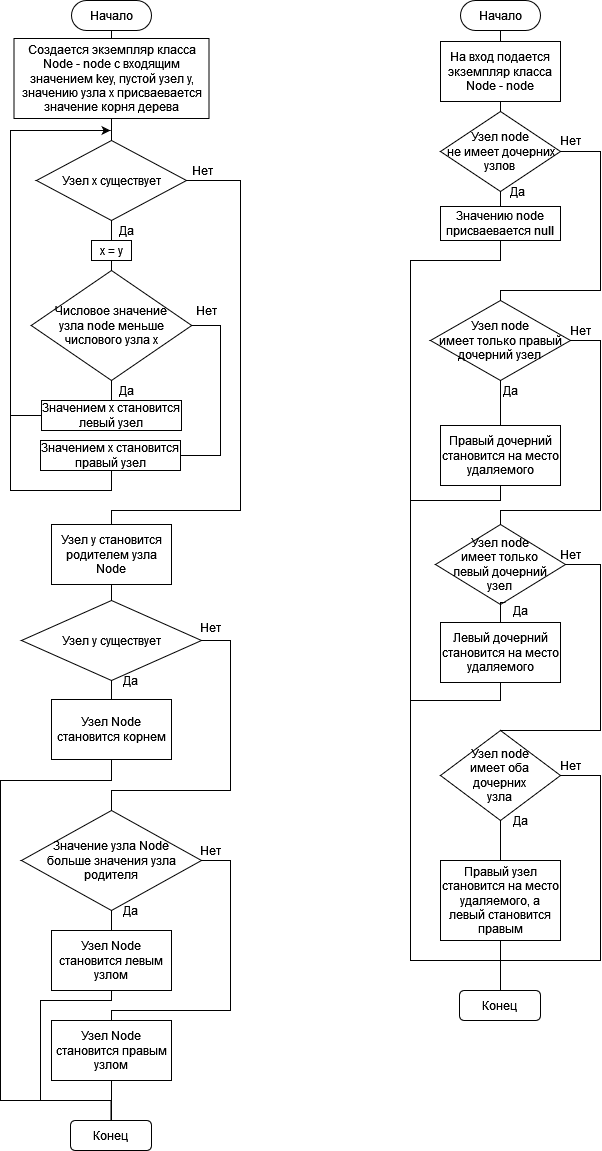
Earlier version of the draw.io export Untitled Diagram.drawio(2).png (sin-2-x/Lab1). Source tidied: cells renumbered, new cells last; positions are measured from the earlier drawing's top-left corner, leaving out a move shared by most shapes. Its diagram source:
```xml
<mxGraphModel>
  <root>
    <mxCell id="0" />
    <mxCell id="1" parent="0" />
    <mxCell id="2" value="Начало" style="rounded=1;whiteSpace=wrap;html=1;arcSize=50;" parent="1" vertex="1">
      <mxGeometry x="71" width="80" height="30" as="geometry" />
    </mxCell>
    <mxCell id="3" value="Конец" style="rounded=1;whiteSpace=wrap;html=1;" parent="1" vertex="1">
      <mxGeometry x="70" y="1120" width="81" height="30" as="geometry" />
    </mxCell>
    <mxCell id="4" value="Создается экземпляр класса Node - node с входящим значением key, пустой узел y, значению узла x присваевается значение корня дерева" style="rounded=0;whiteSpace=wrap;html=1;" parent="1" vertex="1">
      <mxGeometry x="13.5" y="38" width="195" height="80" as="geometry" />
    </mxCell>
    <mxCell id="5" value="Узел х существует" style="rhombus;whiteSpace=wrap;html=1;" parent="1" vertex="1">
      <mxGeometry x="36" y="140" width="150" height="80" as="geometry" />
    </mxCell>
    <mxCell id="6" value="х = у" style="rounded=0;whiteSpace=wrap;html=1;" parent="1" vertex="1">
      <mxGeometry x="91" y="240" width="40" height="20" as="geometry" />
    </mxCell>
    <mxCell id="7" value="&lt;div&gt;Числовое значение &lt;br&gt;&lt;/div&gt;&lt;div&gt;узла node меньше &lt;br&gt;&lt;/div&gt;&lt;div&gt;числового узла х&lt;/div&gt;" style="rhombus;whiteSpace=wrap;html=1;" parent="1" vertex="1">
      <mxGeometry x="30.8" y="270" width="160.5" height="110" as="geometry" />
    </mxCell>
    <mxCell id="8" value="Значением х становится левый узел" style="rounded=0;whiteSpace=wrap;html=1;" parent="1" vertex="1">
      <mxGeometry x="41" y="400" width="140" height="30" as="geometry" />
    </mxCell>
    <mxCell id="9" style="edgeStyle=orthogonalEdgeStyle;rounded=0;jettySize=auto;html=1;" parent="1" edge="1" source="10">
      <mxGeometry relative="1" as="geometry">
        <mxPoint x="110" y="130" as="targetPoint" />
        <Array as="points">
          <mxPoint x="111" y="490" />
          <mxPoint x="10" y="490" />
          <mxPoint x="10" y="130" />
        </Array>
      </mxGeometry>
    </mxCell>
    <mxCell id="10" value="Значением х становится правый узел" style="rounded=0;whiteSpace=wrap;html=1;" parent="1" vertex="1">
      <mxGeometry x="40" y="440" width="140" height="30" as="geometry" />
    </mxCell>
    <mxCell id="11" style="endArrow=none;html=1;rounded=0;entryX=0.5;entryY=1;entryDx=0;entryDy=0;exitX=0.5;exitY=0;exitDx=0;exitDy=0;" parent="1" edge="1" source="4" target="2">
      <mxGeometry relative="1" as="geometry" />
    </mxCell>
    <mxCell id="12" style="endArrow=none;html=1;rounded=0;entryX=1;entryY=0.5;entryDx=0;entryDy=0;exitX=0.5;exitY=0;exitDx=0;exitDy=0;" parent="1" edge="1" source="23" target="5">
      <mxGeometry relative="1" as="geometry">
        <Array as="points">
          <mxPoint x="111" y="510" />
          <mxPoint x="240" y="510" />
          <mxPoint x="240" y="180" />
        </Array>
      </mxGeometry>
    </mxCell>
    <mxCell id="13" style="endArrow=none;html=1;rounded=0;exitX=0;exitY=0.5;exitDx=0;exitDy=0;" parent="1" edge="1" source="8">
      <mxGeometry relative="1" as="geometry">
        <mxPoint x="10" y="395" as="targetPoint" />
        <Array as="points">
          <mxPoint x="10" y="415" />
          <mxPoint x="10" y="390" />
        </Array>
      </mxGeometry>
    </mxCell>
    <mxCell id="14" style="endArrow=none;html=1;rounded=0;entryX=1;entryY=0.5;entryDx=0;entryDy=0;exitX=1;exitY=0.5;exitDx=0;exitDy=0;" parent="1" edge="1" source="10" target="7">
      <mxGeometry relative="1" as="geometry">
        <Array as="points">
          <mxPoint x="220" y="455" />
          <mxPoint x="220" y="325" />
        </Array>
      </mxGeometry>
    </mxCell>
    <mxCell id="15" style="endArrow=none;html=1;rounded=0;exitX=0.5;exitY=1;exitDx=0;exitDy=0;entryX=0.5;entryY=0;entryDx=0;entryDy=0;" parent="1" edge="1" source="7" target="8">
      <mxGeometry relative="1" as="geometry" />
    </mxCell>
    <mxCell id="16" style="endArrow=none;html=1;rounded=0;exitX=0.5;exitY=1;exitDx=0;exitDy=0;entryX=0.5;entryY=0;entryDx=0;entryDy=0;" parent="1" edge="1" source="6" target="7">
      <mxGeometry relative="1" as="geometry" />
    </mxCell>
    <mxCell id="17" style="endArrow=none;html=1;rounded=0;exitX=0.5;exitY=1;exitDx=0;exitDy=0;entryX=0.5;entryY=0;entryDx=0;entryDy=0;" parent="1" edge="1" source="5" target="6">
      <mxGeometry relative="1" as="geometry" />
    </mxCell>
    <mxCell id="18" style="endArrow=none;html=1;rounded=0;entryX=0.5;entryY=1;entryDx=0;entryDy=0;exitX=0.5;exitY=0;exitDx=0;exitDy=0;" parent="1" edge="1" source="5" target="4">
      <mxGeometry relative="1" as="geometry" />
    </mxCell>
    <mxCell id="19" value="Да" style="text;html=1;align=center;verticalAlign=middle;strokeColor=none;fillColor=none;" parent="1" vertex="1">
      <mxGeometry x="111" y="220" width="30" height="20" as="geometry" />
    </mxCell>
    <mxCell id="20" value="Нет" style="text;html=1;align=center;verticalAlign=middle;strokeColor=none;fillColor=none;" parent="1" vertex="1">
      <mxGeometry x="182" y="160" width="40" height="20" as="geometry" />
    </mxCell>
    <mxCell id="21" value="Да" style="text;html=1;align=center;verticalAlign=middle;strokeColor=none;fillColor=none;" parent="1" vertex="1">
      <mxGeometry x="111" y="380" width="30" height="20" as="geometry" />
    </mxCell>
    <mxCell id="22" value="Нет" style="text;html=1;align=center;verticalAlign=middle;strokeColor=none;fillColor=none;" parent="1" vertex="1">
      <mxGeometry x="186" y="300" width="40" height="20" as="geometry" />
    </mxCell>
    <mxCell id="23" value="Узел у становится родителем узла Node" style="rounded=0;whiteSpace=wrap;html=1;" parent="1" vertex="1">
      <mxGeometry x="51" y="524" width="120" height="60" as="geometry" />
    </mxCell>
    <mxCell id="24" style="edgeStyle=orthogonalEdgeStyle;rounded=0;jettySize=auto;html=1;endArrow=none;endFill=0;entryX=0.5;entryY=0;entryDx=0;entryDy=0;" parent="1" edge="1" source="25" target="29">
      <mxGeometry relative="1" as="geometry">
        <Array as="points">
          <mxPoint x="230" y="640" />
          <mxPoint x="230" y="790" />
          <mxPoint x="111" y="790" />
        </Array>
      </mxGeometry>
    </mxCell>
    <mxCell id="25" value="Узел у существует" style="rhombus;whiteSpace=wrap;html=1;" parent="1" vertex="1">
      <mxGeometry x="21" y="600" width="180" height="80" as="geometry" />
    </mxCell>
    <mxCell id="26" style="edgeStyle=orthogonalEdgeStyle;rounded=0;jettySize=auto;html=1;endArrow=none;endFill=0;entryX=0.5;entryY=0;entryDx=0;entryDy=0;" parent="1" edge="1" source="27" target="3">
      <mxGeometry relative="1" as="geometry">
        <Array as="points">
          <mxPoint x="111" y="780" />
          <mxPoint y="780" />
          <mxPoint y="1100" />
          <mxPoint x="111" y="1100" />
        </Array>
      </mxGeometry>
    </mxCell>
    <mxCell id="27" value="Узел Node становится корнем" style="rounded=0;whiteSpace=wrap;html=1;" parent="1" vertex="1">
      <mxGeometry x="51" y="699" width="120" height="60" as="geometry" />
    </mxCell>
    <mxCell id="28" style="edgeStyle=orthogonalEdgeStyle;rounded=0;jettySize=auto;html=1;entryX=0.5;entryY=0;entryDx=0;entryDy=0;endArrow=none;endFill=0;" parent="1" edge="1" source="29" target="33">
      <mxGeometry relative="1" as="geometry">
        <Array as="points">
          <mxPoint x="230" y="860" />
          <mxPoint x="230" y="1010" />
          <mxPoint x="111" y="1010" />
        </Array>
      </mxGeometry>
    </mxCell>
    <mxCell id="29" value="&lt;div&gt;Значение узла Node &lt;br&gt;&lt;/div&gt;&lt;div&gt;больше значения узла родителя&lt;/div&gt;" style="rhombus;whiteSpace=wrap;html=1;" parent="1" vertex="1">
      <mxGeometry x="21" y="810" width="180" height="100" as="geometry" />
    </mxCell>
    <mxCell id="30" style="edgeStyle=orthogonalEdgeStyle;rounded=0;jettySize=auto;html=1;endArrow=none;endFill=0;" parent="1" edge="1" source="31">
      <mxGeometry relative="1" as="geometry">
        <mxPoint x="20" y="1100" as="targetPoint" />
        <Array as="points">
          <mxPoint x="111" y="1000" />
          <mxPoint x="40" y="1000" />
          <mxPoint x="40" y="1100" />
        </Array>
      </mxGeometry>
    </mxCell>
    <mxCell id="31" value="Узел Node становится левым узлом" style="rounded=0;whiteSpace=wrap;html=1;" parent="1" vertex="1">
      <mxGeometry x="51" y="930" width="120" height="60" as="geometry" />
    </mxCell>
    <mxCell id="32" style="edgeStyle=orthogonalEdgeStyle;rounded=0;jettySize=auto;html=1;endArrow=none;endFill=0;" parent="1" edge="1" source="33">
      <mxGeometry relative="1" as="geometry">
        <mxPoint x="111" y="1120" as="targetPoint" />
      </mxGeometry>
    </mxCell>
    <mxCell id="33" value="Узел Node становится правым узлом" style="rounded=0;whiteSpace=wrap;html=1;" parent="1" vertex="1">
      <mxGeometry x="51" y="1020" width="120" height="60" as="geometry" />
    </mxCell>
    <mxCell id="34" style="endArrow=none;html=1;rounded=0;exitX=0.5;exitY=1;exitDx=0;exitDy=0;entryX=0.5;entryY=0;entryDx=0;entryDy=0;" parent="1" edge="1" source="29" target="31">
      <mxGeometry relative="1" as="geometry" />
    </mxCell>
    <mxCell id="35" style="endArrow=none;html=1;rounded=0;exitX=0.5;exitY=0;exitDx=0;exitDy=0;entryX=0.5;entryY=1;entryDx=0;entryDy=0;" parent="1" edge="1" source="25" target="23">
      <mxGeometry relative="1" as="geometry" />
    </mxCell>
    <mxCell id="36" style="endArrow=none;html=1;rounded=0;exitX=0.5;exitY=1;exitDx=0;exitDy=0;entryX=0.5;entryY=0;entryDx=0;entryDy=0;" parent="1" edge="1" source="25" target="27">
      <mxGeometry relative="1" as="geometry" />
    </mxCell>
    <mxCell id="37" value="Да" style="text;html=1;align=center;verticalAlign=middle;strokeColor=none;fillColor=none;" parent="1" vertex="1">
      <mxGeometry x="115" y="670" width="30" height="20" as="geometry" />
    </mxCell>
    <mxCell id="38" value="Нет" style="text;html=1;align=center;verticalAlign=middle;strokeColor=none;fillColor=none;" parent="1" vertex="1">
      <mxGeometry x="190" y="617" width="40" height="20" as="geometry" />
    </mxCell>
    <mxCell id="39" value="Нет" style="text;html=1;align=center;verticalAlign=middle;strokeColor=none;fillColor=none;" parent="1" vertex="1">
      <mxGeometry x="190" y="840" width="40" height="20" as="geometry" />
    </mxCell>
    <mxCell id="40" value="Да" style="text;html=1;align=center;verticalAlign=middle;strokeColor=none;fillColor=none;" parent="1" vertex="1">
      <mxGeometry x="115" y="900" width="30" height="20" as="geometry" />
    </mxCell>
    <mxCell id="41" value="Начало" style="rounded=1;whiteSpace=wrap;html=1;arcSize=50;" parent="1" vertex="1">
      <mxGeometry x="460" width="80" height="30" as="geometry" />
    </mxCell>
    <mxCell id="42" value="На вход подается экземпляр класса Node - node" style="rounded=0;whiteSpace=wrap;html=1;" parent="1" vertex="1">
      <mxGeometry x="440" y="41" width="120" height="60" as="geometry" />
    </mxCell>
    <mxCell id="43" value="&lt;div&gt;Узел node&lt;/div&gt;&lt;div&gt;&amp;nbsp;не имеет дочерних &lt;br&gt;&lt;/div&gt;&lt;div&gt;узлов&lt;/div&gt;" style="rhombus;whiteSpace=wrap;html=1;" parent="1" vertex="1">
      <mxGeometry x="440" y="111" width="120" height="80" as="geometry" />
    </mxCell>
    <mxCell id="44" value="Значению node присваевается null" style="rounded=0;whiteSpace=wrap;html=1;" parent="1" vertex="1">
      <mxGeometry x="440" y="206" width="120" height="34" as="geometry" />
    </mxCell>
    <mxCell id="45" value="&lt;div&gt;Узел node &lt;br&gt;&lt;/div&gt;&lt;div&gt;имеет только правый дочерний узел&lt;br&gt;&lt;/div&gt;" style="rhombus;whiteSpace=wrap;html=1;" parent="1" vertex="1">
      <mxGeometry x="430" y="300" width="140" height="80" as="geometry" />
    </mxCell>
    <mxCell id="46" style="edgeStyle=orthogonalEdgeStyle;rounded=0;jettySize=auto;html=1;endArrow=none;endFill=0;" parent="1" edge="1" source="47" target="45">
      <mxGeometry relative="1" as="geometry" />
    </mxCell>
    <mxCell id="47" value="Правый дочерний становится на место удаляемого" style="rounded=0;whiteSpace=wrap;html=1;" parent="1" vertex="1">
      <mxGeometry x="440" y="425" width="120" height="60" as="geometry" />
    </mxCell>
    <mxCell id="48" value="&lt;div&gt;Узел node &lt;br&gt;&lt;/div&gt;&lt;div&gt;имеет только &lt;br&gt;&lt;/div&gt;&lt;div&gt;левый дочерний &lt;br&gt;&lt;/div&gt;&lt;div&gt;узел&lt;br&gt;&lt;/div&gt;" style="rhombus;whiteSpace=wrap;html=1;" parent="1" vertex="1">
      <mxGeometry x="435" y="524" width="130" height="80" as="geometry" />
    </mxCell>
    <mxCell id="49" style="edgeStyle=orthogonalEdgeStyle;rounded=0;jettySize=auto;html=1;endArrow=none;endFill=0;" parent="1" edge="1" source="50">
      <mxGeometry relative="1" as="geometry">
        <mxPoint x="505" y="602" as="targetPoint" />
      </mxGeometry>
    </mxCell>
    <mxCell id="50" value="Левый дочерний становится на место удаляемого" style="rounded=0;whiteSpace=wrap;html=1;" parent="1" vertex="1">
      <mxGeometry x="440" y="622" width="120" height="60" as="geometry" />
    </mxCell>
    <mxCell id="51" value="&lt;div&gt;Узел node &lt;br&gt;&lt;/div&gt;&lt;div&gt;имеет оба &lt;br&gt;&lt;/div&gt;&lt;div&gt;дочерних &lt;br&gt;&lt;/div&gt;&lt;div&gt;узла&lt;/div&gt;" style="rhombus;whiteSpace=wrap;html=1;" parent="1" vertex="1">
      <mxGeometry x="440" y="730" width="120" height="90" as="geometry" />
    </mxCell>
    <mxCell id="52" value="Правый узел становится на место удаляемого, а левый становится правым" style="rounded=0;whiteSpace=wrap;html=1;" parent="1" vertex="1">
      <mxGeometry x="440" y="860" width="120" height="80" as="geometry" />
    </mxCell>
    <mxCell id="53" style="endArrow=none;html=1;rounded=0;entryX=0.5;entryY=1;entryDx=0;entryDy=0;" parent="1" edge="1" target="50">
      <mxGeometry relative="1" as="geometry">
        <mxPoint x="410" y="700" as="sourcePoint" />
        <Array as="points">
          <mxPoint x="410" y="700" />
          <mxPoint x="500" y="700" />
        </Array>
      </mxGeometry>
    </mxCell>
    <mxCell id="54" style="endArrow=none;html=1;rounded=0;entryX=0.5;entryY=1;entryDx=0;entryDy=0;exitX=0.5;exitY=0;exitDx=0;exitDy=0;" parent="1" edge="1" source="52" target="51">
      <mxGeometry relative="1" as="geometry" />
    </mxCell>
    <mxCell id="55" style="endArrow=none;html=1;rounded=0;exitX=1;exitY=0.5;exitDx=0;exitDy=0;entryX=0.5;entryY=0;entryDx=0;entryDy=0;" parent="1" edge="1" source="48" target="51">
      <mxGeometry relative="1" as="geometry">
        <Array as="points">
          <mxPoint x="600" y="564" />
          <mxPoint x="600" y="730" />
        </Array>
      </mxGeometry>
    </mxCell>
    <mxCell id="56" style="endArrow=none;html=1;rounded=0;entryX=0.5;entryY=1;entryDx=0;entryDy=0;" parent="1" edge="1" target="47">
      <mxGeometry relative="1" as="geometry">
        <mxPoint x="410" y="500" as="sourcePoint" />
        <Array as="points">
          <mxPoint x="500" y="500" />
        </Array>
      </mxGeometry>
    </mxCell>
    <mxCell id="57" style="endArrow=none;html=1;rounded=0;exitX=1;exitY=0.5;exitDx=0;exitDy=0;entryX=0.5;entryY=0;entryDx=0;entryDy=0;" parent="1" edge="1" source="45" target="48">
      <mxGeometry relative="1" as="geometry">
        <Array as="points">
          <mxPoint x="600" y="340" />
          <mxPoint x="600" y="510" />
          <mxPoint x="500" y="510" />
        </Array>
      </mxGeometry>
    </mxCell>
    <mxCell id="58" style="endArrow=none;html=1;rounded=0;entryX=0.5;entryY=1;entryDx=0;entryDy=0;" parent="1" edge="1" target="44">
      <mxGeometry relative="1" as="geometry">
        <mxPoint x="500" y="960" as="sourcePoint" />
        <Array as="points">
          <mxPoint x="410" y="960" />
          <mxPoint x="410" y="260" />
          <mxPoint x="500" y="260" />
        </Array>
      </mxGeometry>
    </mxCell>
    <mxCell id="59" style="endArrow=none;html=1;rounded=0;entryX=1;entryY=0.5;entryDx=0;entryDy=0;exitX=0.5;exitY=0;exitDx=0;exitDy=0;" parent="1" edge="1" source="45" target="43">
      <mxGeometry relative="1" as="geometry">
        <Array as="points">
          <mxPoint x="500" y="290" />
          <mxPoint x="600" y="290" />
          <mxPoint x="600" y="151" />
        </Array>
      </mxGeometry>
    </mxCell>
    <mxCell id="60" style="endArrow=none;html=1;rounded=0;entryX=0.5;entryY=1;entryDx=0;entryDy=0;exitX=0.5;exitY=0;exitDx=0;exitDy=0;" parent="1" edge="1" source="44" target="43">
      <mxGeometry relative="1" as="geometry" />
    </mxCell>
    <mxCell id="61" style="endArrow=none;html=1;rounded=0;entryX=0.5;entryY=1;entryDx=0;entryDy=0;exitX=0.5;exitY=0;exitDx=0;exitDy=0;" parent="1" edge="1" source="43" target="42">
      <mxGeometry relative="1" as="geometry" />
    </mxCell>
    <mxCell id="62" style="endArrow=none;html=1;rounded=0;entryX=0.5;entryY=1;entryDx=0;entryDy=0;exitX=0.5;exitY=0;exitDx=0;exitDy=0;" parent="1" edge="1" source="42" target="41">
      <mxGeometry relative="1" as="geometry" />
    </mxCell>
    <mxCell id="63" value="Нет" style="text;html=1;align=center;verticalAlign=middle;strokeColor=none;fillColor=none;" parent="1" vertex="1">
      <mxGeometry x="550" y="130" width="40" height="20" as="geometry" />
    </mxCell>
    <mxCell id="64" value="Да" style="text;html=1;align=center;verticalAlign=middle;strokeColor=none;fillColor=none;" parent="1" vertex="1">
      <mxGeometry x="502" y="181" width="30" height="20" as="geometry" />
    </mxCell>
    <mxCell id="65" value="Нет" style="text;html=1;align=center;verticalAlign=middle;strokeColor=none;fillColor=none;" parent="1" vertex="1">
      <mxGeometry x="560" y="320" width="40" height="20" as="geometry" />
    </mxCell>
    <mxCell id="66" value="Да" style="text;html=1;align=center;verticalAlign=middle;strokeColor=none;fillColor=none;" parent="1" vertex="1">
      <mxGeometry x="495" y="380" width="30" height="20" as="geometry" />
    </mxCell>
    <mxCell id="67" style="endArrow=none;html=1;rounded=0;entryX=0.5;entryY=1;entryDx=0;entryDy=0;" parent="1" edge="1" target="52">
      <mxGeometry relative="1" as="geometry">
        <mxPoint x="500" y="990" as="sourcePoint" />
        <Array as="points">
          <mxPoint x="500" y="940" />
        </Array>
      </mxGeometry>
    </mxCell>
    <mxCell id="68" style="endArrow=none;html=1;rounded=0;entryX=1;entryY=0.5;entryDx=0;entryDy=0;" parent="1" edge="1" target="51">
      <mxGeometry relative="1" as="geometry">
        <mxPoint x="500" y="960" as="sourcePoint" />
        <Array as="points">
          <mxPoint x="600" y="960" />
          <mxPoint x="600" y="775" />
        </Array>
      </mxGeometry>
    </mxCell>
    <mxCell id="69" value="Нет" style="text;html=1;align=center;verticalAlign=middle;strokeColor=none;fillColor=none;" parent="1" vertex="1">
      <mxGeometry x="550" y="544" width="40" height="20" as="geometry" />
    </mxCell>
    <mxCell id="70" value="Да" style="text;html=1;align=center;verticalAlign=middle;strokeColor=none;fillColor=none;" parent="1" vertex="1">
      <mxGeometry x="505" y="600" width="30" height="20" as="geometry" />
    </mxCell>
    <mxCell id="71" value="Конец" style="rounded=1;whiteSpace=wrap;html=1;" parent="1" vertex="1">
      <mxGeometry x="459" y="990" width="81" height="30" as="geometry" />
    </mxCell>
    <mxCell id="72" value="Нет" style="text;html=1;align=center;verticalAlign=middle;strokeColor=none;fillColor=none;" parent="1" vertex="1">
      <mxGeometry x="550" y="755" width="40" height="20" as="geometry" />
    </mxCell>
    <mxCell id="73" value="Да" style="text;html=1;align=center;verticalAlign=middle;strokeColor=none;fillColor=none;" parent="1" vertex="1">
      <mxGeometry x="505" y="810" width="30" height="20" as="geometry" />
    </mxCell>
  </root>
</mxGraphModel>
```
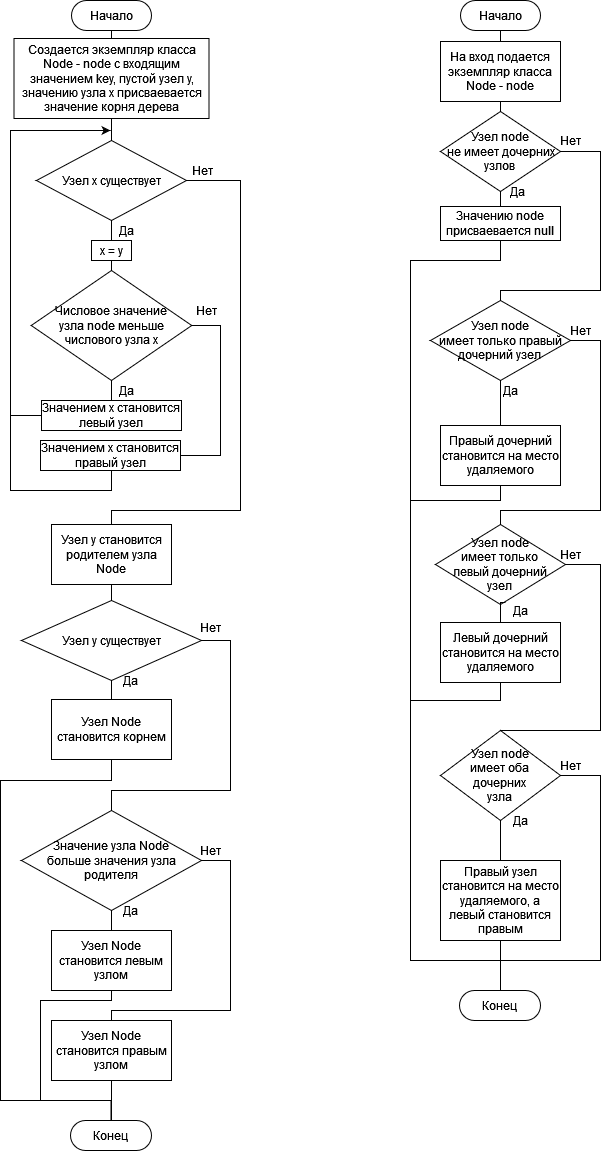
After the commit.

Diff of the diagram source:
```diff
@@ -5,7 +5,7 @@
     <mxCell id="2" value="Начало" style="rounded=1;whiteSpace=wrap;html=1;arcSize=50;" parent="1" vertex="1">
       <mxGeometry x="71" width="80" height="30" as="geometry" />
     </mxCell>
-    <mxCell id="3" value="Конец" style="rounded=1;whiteSpace=wrap;html=1;" parent="1" vertex="1">
+    <mxCell id="3" value="Конец" style="rounded=1;whiteSpace=wrap;html=1;arcSize=50;" parent="1" vertex="1">
       <mxGeometry x="70" y="1120" width="81" height="30" as="geometry" />
     </mxCell>
     <mxCell id="4" value="Создается экземпляр класса Node - node с входящим значением key, пустой узел y, значению узла x присваевается значение корня дерева" style="rounded=0;whiteSpace=wrap;html=1;" parent="1" vertex="1">
@@ -309,7 +309,7 @@
     <mxCell id="70" value="Да" style="text;html=1;align=center;verticalAlign=middle;strokeColor=none;fillColor=none;" parent="1" vertex="1">
       <mxGeometry x="505" y="600" width="30" height="20" as="geometry" />
     </mxCell>
-    <mxCell id="71" value="Конец" style="rounded=1;whiteSpace=wrap;html=1;" parent="1" vertex="1">
+    <mxCell id="71" value="Конец" style="rounded=1;whiteSpace=wrap;html=1;arcSize=50;" parent="1" vertex="1">
       <mxGeometry x="459" y="990" width="81" height="30" as="geometry" />
     </mxCell>
     <mxCell id="72" value="Нет" style="text;html=1;align=center;verticalAlign=middle;strokeColor=none;fillColor=none;" parent="1" vertex="1">
```
